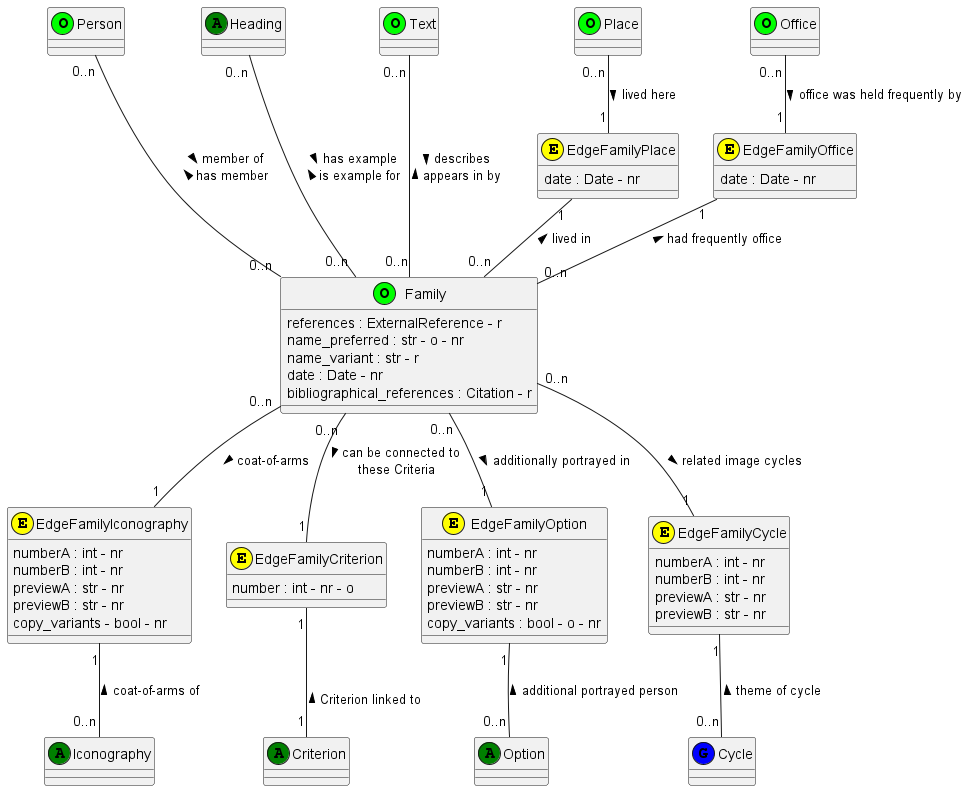
Before: documentation/class_diagrams/Family.png, a diagram exported from PlantUML (tmasch/bpf_be).
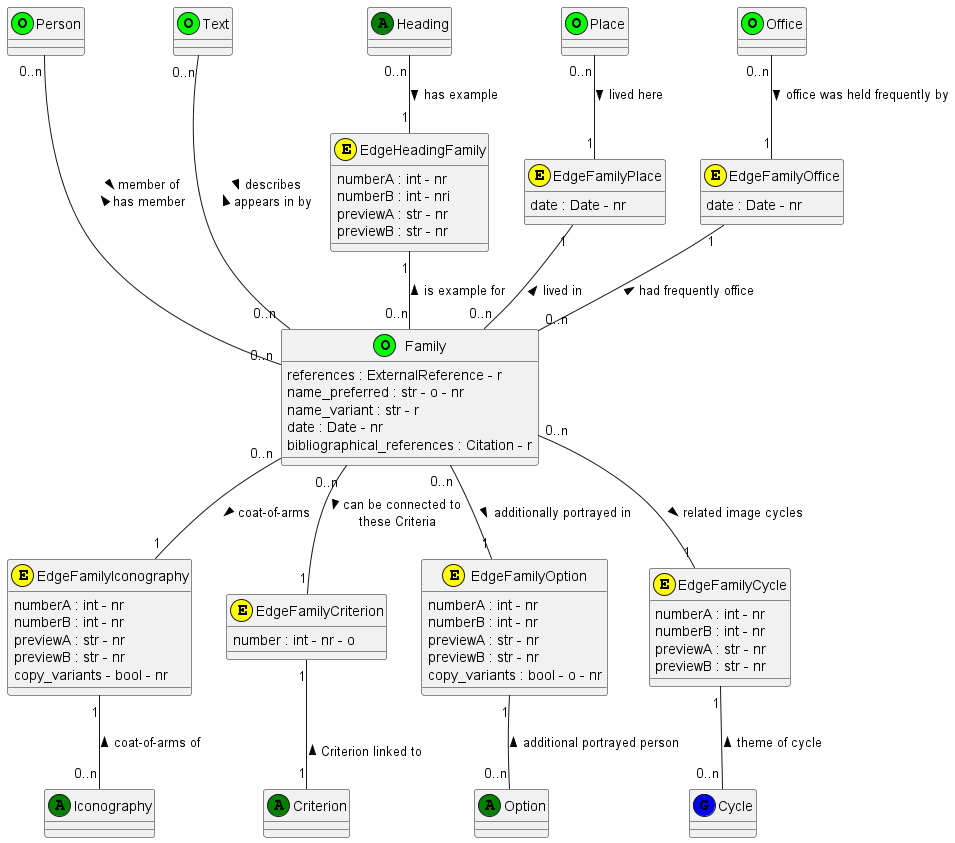
After the change.

Diff of the diagram source:
```diff
@@ -24,6 +24,14 @@
 class Option <<(A,green)>>
 
 class Cycle <<(G,blue)>>
+
+class EdgeHeadingFamily  <<(E,yellow)>>
+EdgeHeadingFamily : numberA : int - nr
+EdgeHeadingFamily : numberB : int - nri
+EdgeHeadingFamily : previewA : str - nr
+EdgeHeadingFamily : previewB : str - nr
+
+
 
 class EdgeFamilyPlace <<(E,yellow)>>
 EdgeFamilyPlace : date : Date - nr
@@ -58,7 +66,8 @@
 
 Text "0..n" --- "0..n" Family : > describes \n appears in by <
 
-Heading "0..n" --- "0..n" Family :  > has example \n is example for <
+Heading "0..n" -- "1" EdgeHeadingFamily : > has example
+EdgeHeadingFamily "1" -- "0..n" Family :  is example for <
 
 Place "0..n" -- "1" EdgeFamilyPlace : lived here >
 EdgeFamilyPlace "1" -- "0..n" Family : lived in <
```
